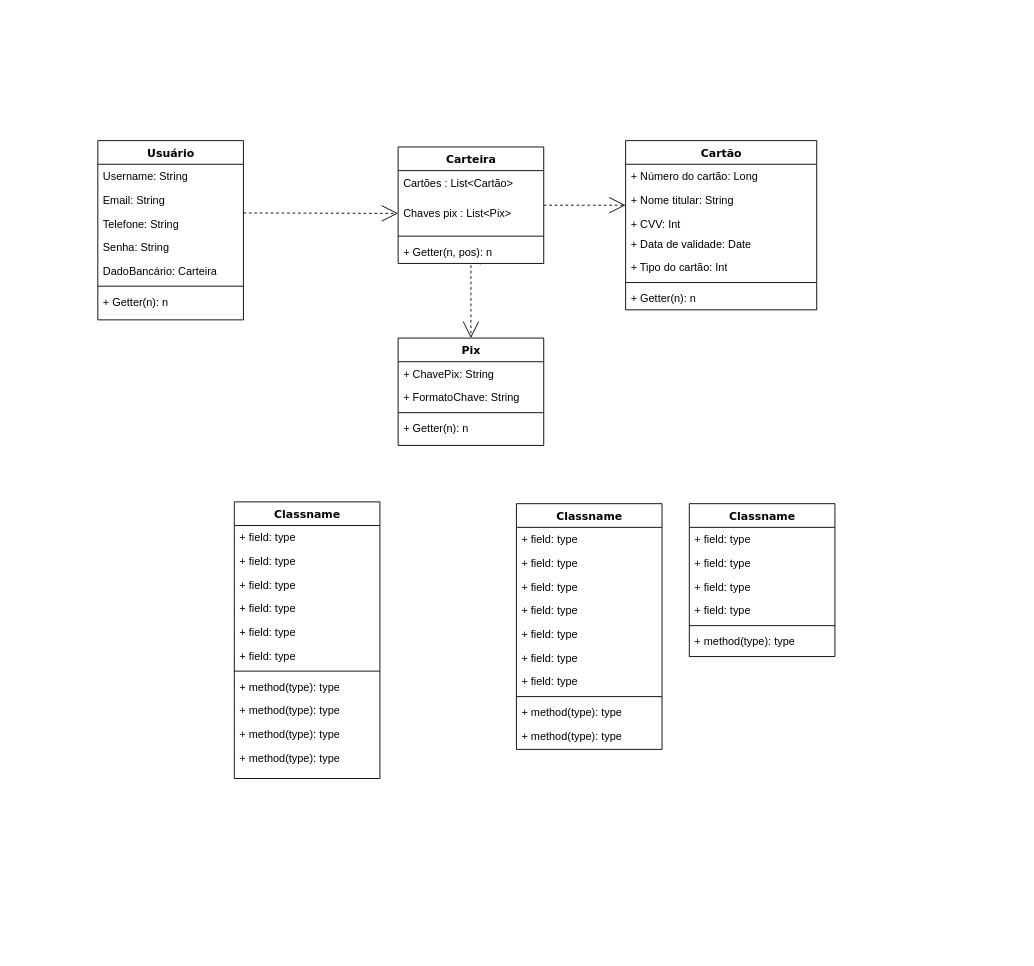
Above: Tickets System.drawio in gomesyurii/Evolucao-de-software (draw.io), before the change. Source tidied: cells renumbered, new cells numbered last; positions are measured from the earlier drawing's top-left corner, leaving out a move shared by most shapes. Both pictures are drawn from the tidied source at 91%, with x=0, y=0 at pixel (97, 140).
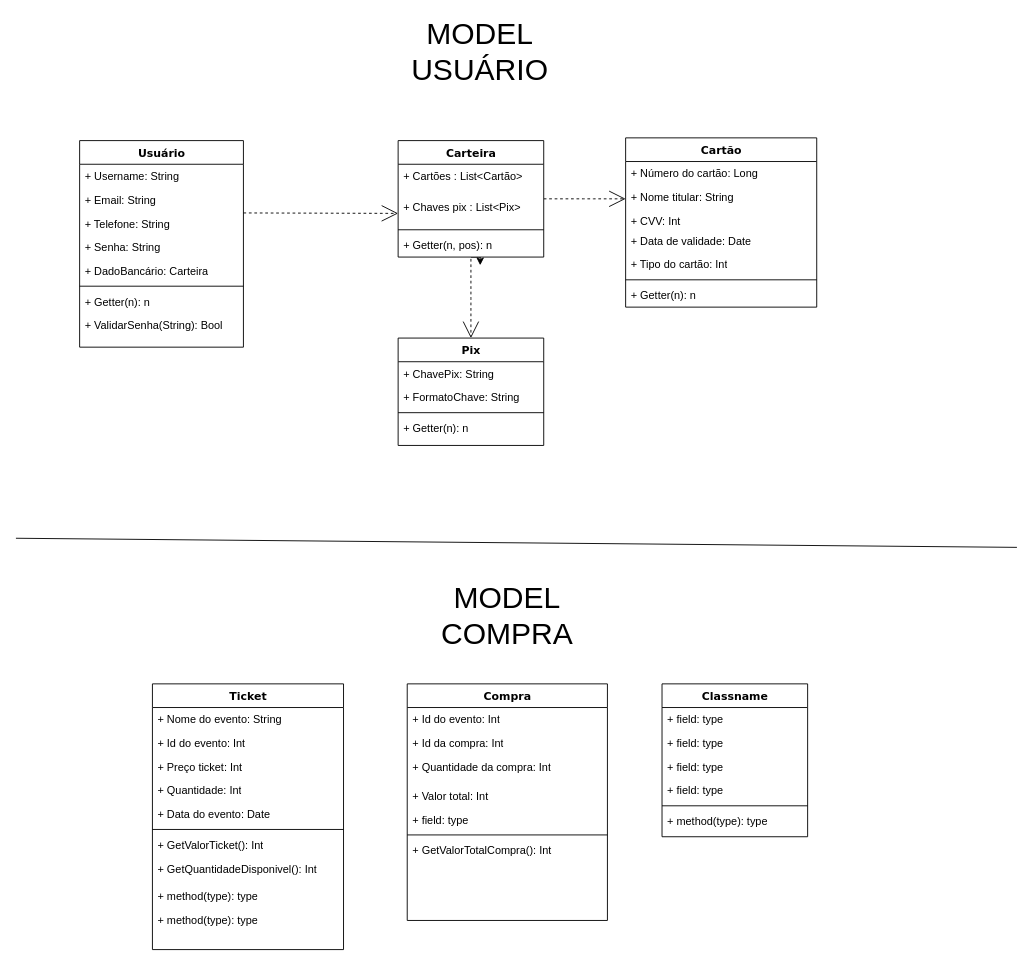
The same page after the edit.

The edit, as a diff of the source:
```diff
@@
     <mxCell id="2" value="Usuário" style="swimlane;html=1;fontStyle=1;align=center;verticalAlign=top;horizontal=1;startSize=26;swimlaneFillColor=#ffffff;rounded=0;shadow=0;comic=0;labelBackgroundColor=none;strokeWidth=1;fillColor=none;fontFamily=Verdana;fontSize=12;" parent="1" vertex="1">
-      <mxGeometry width="160" height="197" as="geometry" />
+      <mxGeometry x="-20" width="180" height="227" as="geometry" />
     </mxCell>
-    <mxCell id="3" value="Username: String" style="text;html=1;strokeColor=none;fillColor=none;align=left;verticalAlign=top;spacingLeft=4;spacingRight=4;whiteSpace=wrap;overflow=hidden;" parent="2" vertex="1">
-      <mxGeometry y="26" width="160" height="26" as="geometry" />
+    <mxCell id="3" value="+ Username: String" style="text;html=1;strokeColor=none;fillColor=none;align=left;verticalAlign=top;spacingLeft=4;spacingRight=4;whiteSpace=wrap;overflow=hidden;" parent="2" vertex="1">
+      <mxGeometry y="26" width="180" height="26" as="geometry" />
     </mxCell>
-    <mxCell id="4" value="Email: String" style="text;html=1;strokeColor=none;fillColor=none;align=left;verticalAlign=top;spacingLeft=4;spacingRight=4;whiteSpace=wrap;overflow=hidden;" parent="2" vertex="1">
-      <mxGeometry y="52" width="160" height="26" as="geometry" />
+    <mxCell id="4" value="+ Email: String" style="text;html=1;strokeColor=none;fillColor=none;align=left;verticalAlign=top;spacingLeft=4;spacingRight=4;whiteSpace=wrap;overflow=hidden;" parent="2" vertex="1">
+      <mxGeometry y="52" width="180" height="26" as="geometry" />
     </mxCell>
-    <mxCell id="5" value="Telefone: String" style="text;html=1;strokeColor=none;fillColor=none;align=left;verticalAlign=top;spacingLeft=4;spacingRight=4;whiteSpace=wrap;overflow=hidden;" parent="2" vertex="1">
-      <mxGeometry y="78" width="160" height="26" as="geometry" />
+    <mxCell id="5" value="+ Telefone: String" style="text;html=1;strokeColor=none;fillColor=none;align=left;verticalAlign=top;spacingLeft=4;spacingRight=4;whiteSpace=wrap;overflow=hidden;" parent="2" vertex="1">
+      <mxGeometry y="78" width="180" height="26" as="geometry" />
     </mxCell>
-    <mxCell id="6" value="Senha: String" style="text;html=1;strokeColor=none;fillColor=none;align=left;verticalAlign=top;spacingLeft=4;spacingRight=4;whiteSpace=wrap;overflow=hidden;" parent="2" vertex="1">
-      <mxGeometry y="104" width="160" height="26" as="geometry" />
+    <mxCell id="6" value="+ Senha: String" style="text;html=1;strokeColor=none;fillColor=none;align=left;verticalAlign=top;spacingLeft=4;spacingRight=4;whiteSpace=wrap;overflow=hidden;" parent="2" vertex="1">
+      <mxGeometry y="104" width="180" height="26" as="geometry" />
     </mxCell>
-    <mxCell id="7" value="DadoBancário: Carteira" style="text;html=1;strokeColor=none;fillColor=none;align=left;verticalAlign=top;spacingLeft=4;spacingRight=4;whiteSpace=wrap;overflow=hidden;" parent="2" vertex="1">
-      <mxGeometry y="130" width="160" height="26" as="geometry" />
+    <mxCell id="7" value="+ DadoBancário: Carteira" style="text;html=1;strokeColor=none;fillColor=none;align=left;verticalAlign=top;spacingLeft=4;spacingRight=4;whiteSpace=wrap;overflow=hidden;" parent="2" vertex="1">
+      <mxGeometry y="130" width="180" height="26" as="geometry" />
     </mxCell>
     <mxCell id="8" style="line;html=1;strokeWidth=1;fillColor=none;align=left;verticalAlign=middle;spacingTop=-1;spacingLeft=3;spacingRight=3;labelPosition=right;" parent="2" vertex="1">
-      <mxGeometry y="156" width="160" height="8" as="geometry" />
+      <mxGeometry y="156" width="180" height="8" as="geometry" />
     </mxCell>
     <mxCell id="9" value="+ Getter(n): n" style="text;html=1;strokeColor=none;fillColor=none;align=left;verticalAlign=top;spacingLeft=4;spacingRight=4;whiteSpace=wrap;overflow=hidden;" parent="2" vertex="1">
-      <mxGeometry y="164" width="160" height="26" as="geometry" />
+      <mxGeometry y="164" width="180" height="26" as="geometry" />
     </mxCell>
+    <mxCell id="62" value="+ ValidarSenha(String): Bool" style="text;html=1;strokeColor=none;fillColor=none;align=left;verticalAlign=top;spacingLeft=4;spacingRight=4;whiteSpace=wrap;overflow=hidden;" parent="2" vertex="1">
+      <mxGeometry y="190" width="180" height="26" as="geometry" />
+    </mxCell>
@@
     <mxCell id="12" value="Carteira" style="swimlane;html=1;fontStyle=1;align=center;verticalAlign=top;horizontal=1;startSize=26;swimlaneFillColor=#ffffff;rounded=0;shadow=0;comic=0;labelBackgroundColor=none;strokeWidth=1;fillColor=none;fontFamily=Verdana;fontSize=12;" parent="1" vertex="1">
-      <mxGeometry x="330" y="7" width="160" height="128" as="geometry" />
+      <mxGeometry x="330" width="160" height="128" as="geometry" />
     </mxCell>
-    <mxCell id="13" value="Cartões : List&amp;lt;Cartão&amp;gt;" style="text;html=1;strokeColor=none;fillColor=none;align=left;verticalAlign=top;spacingLeft=4;spacingRight=4;whiteSpace=wrap;overflow=hidden;" parent="12" vertex="1">
+    <mxCell id="13" value="+ Cartões : List&amp;lt;Cartão&amp;gt;" style="text;html=1;strokeColor=none;fillColor=none;align=left;verticalAlign=top;spacingLeft=4;spacingRight=4;whiteSpace=wrap;overflow=hidden;" parent="12" vertex="1">
       <mxGeometry y="26" width="160" height="34" as="geometry" />
     </mxCell>
-    <mxCell id="14" value="Chaves pix : List&amp;lt;Pix&amp;gt;" style="text;html=1;strokeColor=none;fillColor=none;align=left;verticalAlign=top;spacingLeft=4;spacingRight=4;whiteSpace=wrap;overflow=hidden;" parent="12" vertex="1">
+    <mxCell id="14" value="+ Chaves pix : List&amp;lt;Pix&amp;gt;" style="text;html=1;strokeColor=none;fillColor=none;align=left;verticalAlign=top;spacingLeft=4;spacingRight=4;whiteSpace=wrap;overflow=hidden;" parent="12" vertex="1">
       <mxGeometry y="60" width="160" height="34" as="geometry" />
     </mxCell>
@@
     <mxCell id="17" value="Cartão" style="swimlane;html=1;fontStyle=1;align=center;verticalAlign=top;horizontal=1;startSize=26;swimlaneFillColor=#ffffff;rounded=0;shadow=0;comic=0;labelBackgroundColor=none;strokeWidth=1;fillColor=none;fontFamily=Verdana;fontSize=12;" parent="1" vertex="1">
-      <mxGeometry x="580" width="210" height="186" as="geometry" />
+      <mxGeometry x="580" y="-3" width="210" height="186" as="geometry" />
     </mxCell>
@@
-    <mxCell id="25" value="Classname" style="swimlane;html=1;fontStyle=1;align=center;verticalAlign=top;horizontal=1;startSize=26;swimlaneFillColor=#ffffff;rounded=0;shadow=0;comic=0;labelBackgroundColor=none;strokeWidth=1;fillColor=none;fontFamily=Verdana;fontSize=12;" parent="1" vertex="1">
-      <mxGeometry x="150" y="397" width="160" height="304" as="geometry" />
+    <mxCell id="25" value="Ticket" style="swimlane;html=1;fontStyle=1;align=center;verticalAlign=top;horizontal=1;startSize=26;swimlaneFillColor=#ffffff;rounded=0;shadow=0;comic=0;labelBackgroundColor=none;strokeWidth=1;fillColor=none;fontFamily=Verdana;fontSize=12;" parent="1" vertex="1">
+      <mxGeometry x="60" y="597" width="210" height="292" as="geometry" />
     </mxCell>
-    <mxCell id="26" value="+ field: type" style="text;html=1;strokeColor=none;fillColor=none;align=left;verticalAlign=top;spacingLeft=4;spacingRight=4;whiteSpace=wrap;overflow=hidden;" parent="25" vertex="1">
-      <mxGeometry y="26" width="160" height="26" as="geometry" />
+    <mxCell id="26" value="+ Nome do evento: String" style="text;html=1;strokeColor=none;fillColor=none;align=left;verticalAlign=top;spacingLeft=4;spacingRight=4;whiteSpace=wrap;overflow=hidden;" parent="25" vertex="1">
+      <mxGeometry y="26" width="210" height="26" as="geometry" />
     </mxCell>
-    <mxCell id="27" value="+ field: type" style="text;html=1;strokeColor=none;fillColor=none;align=left;verticalAlign=top;spacingLeft=4;spacingRight=4;whiteSpace=wrap;overflow=hidden;" parent="25" vertex="1">
-      <mxGeometry y="52" width="160" height="26" as="geometry" />
+    <mxCell id="27" value="+ Id do evento: Int" style="text;html=1;strokeColor=none;fillColor=none;align=left;verticalAlign=top;spacingLeft=4;spacingRight=4;whiteSpace=wrap;overflow=hidden;" parent="25" vertex="1">
+      <mxGeometry y="52" width="210" height="26" as="geometry" />
     </mxCell>
-    <mxCell id="28" value="+ field: type" style="text;html=1;strokeColor=none;fillColor=none;align=left;verticalAlign=top;spacingLeft=4;spacingRight=4;whiteSpace=wrap;overflow=hidden;" parent="25" vertex="1">
-      <mxGeometry y="78" width="160" height="26" as="geometry" />
+    <mxCell id="28" value="+ Preço ticket: Int" style="text;html=1;strokeColor=none;fillColor=none;align=left;verticalAlign=top;spacingLeft=4;spacingRight=4;whiteSpace=wrap;overflow=hidden;" parent="25" vertex="1">
+      <mxGeometry y="78" width="210" height="26" as="geometry" />
     </mxCell>
-    <mxCell id="29" value="+ field: type" style="text;html=1;strokeColor=none;fillColor=none;align=left;verticalAlign=top;spacingLeft=4;spacingRight=4;whiteSpace=wrap;overflow=hidden;" parent="25" vertex="1">
-      <mxGeometry y="104" width="160" height="26" as="geometry" />
+    <mxCell id="29" value="+ Quantidade: Int" style="text;html=1;strokeColor=none;fillColor=none;align=left;verticalAlign=top;spacingLeft=4;spacingRight=4;whiteSpace=wrap;overflow=hidden;" parent="25" vertex="1">
+      <mxGeometry y="104" width="210" height="26" as="geometry" />
     </mxCell>
-    <mxCell id="30" value="+ field: type" style="text;html=1;strokeColor=none;fillColor=none;align=left;verticalAlign=top;spacingLeft=4;spacingRight=4;whiteSpace=wrap;overflow=hidden;" parent="25" vertex="1">
-      <mxGeometry y="130" width="160" height="26" as="geometry" />
+    <mxCell id="30" value="+ Data do evento: Date" style="text;html=1;strokeColor=none;fillColor=none;align=left;verticalAlign=top;spacingLeft=4;spacingRight=4;whiteSpace=wrap;overflow=hidden;" parent="25" vertex="1">
+      <mxGeometry y="130" width="210" height="26" as="geometry" />
     </mxCell>
-    <mxCell id="31" value="+ field: type" style="text;html=1;strokeColor=none;fillColor=none;align=left;verticalAlign=top;spacingLeft=4;spacingRight=4;whiteSpace=wrap;overflow=hidden;" parent="25" vertex="1">
-      <mxGeometry y="156" width="160" height="26" as="geometry" />
-    </mxCell>
     <mxCell id="32" style="line;html=1;strokeWidth=1;fillColor=none;align=left;verticalAlign=middle;spacingTop=-1;spacingLeft=3;spacingRight=3;labelPosition=right;" parent="25" vertex="1">
-      <mxGeometry y="182" width="160" height="8" as="geometry" />
+      <mxGeometry y="156" width="210" height="8" as="geometry" />
     </mxCell>
-    <mxCell id="33" value="+ method(type): type" style="text;html=1;strokeColor=none;fillColor=none;align=left;verticalAlign=top;spacingLeft=4;spacingRight=4;whiteSpace=wrap;overflow=hidden;" parent="25" vertex="1">
-      <mxGeometry y="190" width="160" height="26" as="geometry" />
+    <mxCell id="33" value="+ GetValorTicket(): Int" style="text;html=1;strokeColor=none;fillColor=none;align=left;verticalAlign=top;spacingLeft=4;spacingRight=4;whiteSpace=wrap;overflow=hidden;" parent="25" vertex="1">
+      <mxGeometry y="164" width="210" height="26" as="geometry" />
     </mxCell>
-    <mxCell id="34" value="+ method(type): type" style="text;html=1;strokeColor=none;fillColor=none;align=left;verticalAlign=top;spacingLeft=4;spacingRight=4;whiteSpace=wrap;overflow=hidden;" parent="25" vertex="1">
-      <mxGeometry y="216" width="160" height="26" as="geometry" />
+    <mxCell id="34" value="+ GetQuantidadeDisponivel(): Int" style="text;html=1;strokeColor=none;fillColor=none;align=left;verticalAlign=top;spacingLeft=4;spacingRight=4;whiteSpace=wrap;overflow=hidden;" parent="25" vertex="1">
+      <mxGeometry y="190" width="210" height="30" as="geometry" />
     </mxCell>
     <mxCell id="35" value="+ method(type): type" style="text;html=1;strokeColor=none;fillColor=none;align=left;verticalAlign=top;spacingLeft=4;spacingRight=4;whiteSpace=wrap;overflow=hidden;" parent="25" vertex="1">
-      <mxGeometry y="242" width="160" height="26" as="geometry" />
+      <mxGeometry y="220" width="210" height="26" as="geometry" />
     </mxCell>
     <mxCell id="36" value="+ method(type): type" style="text;html=1;strokeColor=none;fillColor=none;align=left;verticalAlign=top;spacingLeft=4;spacingRight=4;whiteSpace=wrap;overflow=hidden;" parent="25" vertex="1">
-      <mxGeometry y="268" width="160" height="26" as="geometry" />
+      <mxGeometry y="246" width="210" height="26" as="geometry" />
     </mxCell>
-    <mxCell id="37" value="Classname" style="swimlane;html=1;fontStyle=1;align=center;verticalAlign=top;horizontal=1;startSize=26;swimlaneFillColor=#ffffff;rounded=0;shadow=0;comic=0;labelBackgroundColor=none;strokeWidth=1;fillColor=none;fontFamily=Verdana;fontSize=12;" parent="1" vertex="1">
-      <mxGeometry x="460" y="399" width="160" height="270" as="geometry" />
+    <mxCell id="37" value="Compra" style="swimlane;html=1;fontStyle=1;align=center;verticalAlign=top;horizontal=1;startSize=26;swimlaneFillColor=#ffffff;rounded=0;shadow=0;comic=0;labelBackgroundColor=none;strokeWidth=1;fillColor=none;fontFamily=Verdana;fontSize=12;" parent="1" vertex="1">
+      <mxGeometry x="340" y="597" width="220" height="260" as="geometry" />
     </mxCell>
-    <mxCell id="38" value="+ field: type" style="text;html=1;strokeColor=none;fillColor=none;align=left;verticalAlign=top;spacingLeft=4;spacingRight=4;whiteSpace=wrap;overflow=hidden;" parent="37" vertex="1">
-      <mxGeometry y="26" width="160" height="26" as="geometry" />
+    <mxCell id="38" value="+ Id do evento: Int" style="text;html=1;strokeColor=none;fillColor=none;align=left;verticalAlign=top;spacingLeft=4;spacingRight=4;whiteSpace=wrap;overflow=hidden;" parent="37" vertex="1">
+      <mxGeometry y="26" width="220" height="26" as="geometry" />
     </mxCell>
-    <mxCell id="39" value="+ field: type" style="text;html=1;strokeColor=none;fillColor=none;align=left;verticalAlign=top;spacingLeft=4;spacingRight=4;whiteSpace=wrap;overflow=hidden;" parent="37" vertex="1">
-      <mxGeometry y="52" width="160" height="26" as="geometry" />
-    </mxCell>
-    <mxCell id="40" value="+ field: type" style="text;html=1;strokeColor=none;fillColor=none;align=left;verticalAlign=top;spacingLeft=4;spacingRight=4;whiteSpace=wrap;overflow=hidden;" parent="37" vertex="1">
-      <mxGeometry y="78" width="160" height="26" as="geometry" />
-    </mxCell>
-    <mxCell id="41" value="+ field: type" style="text;html=1;strokeColor=none;fillColor=none;align=left;verticalAlign=top;spacingLeft=4;spacingRight=4;whiteSpace=wrap;overflow=hidden;" parent="37" vertex="1">
-      <mxGeometry y="104" width="160" height="26" as="geometry" />
+    <mxCell id="41" value="+ Id da compra: Int" style="text;html=1;strokeColor=none;fillColor=none;align=left;verticalAlign=top;spacingLeft=4;spacingRight=4;whiteSpace=wrap;overflow=hidden;" parent="37" vertex="1">
+      <mxGeometry y="52" width="220" height="26" as="geometry" />
     </mxCell>
-    <mxCell id="42" value="+ field: type" style="text;html=1;strokeColor=none;fillColor=none;align=left;verticalAlign=top;spacingLeft=4;spacingRight=4;whiteSpace=wrap;overflow=hidden;" parent="37" vertex="1">
-      <mxGeometry y="130" width="160" height="26" as="geometry" />
+    <mxCell id="42" value="+ Quantidade da compra: Int" style="text;html=1;strokeColor=none;fillColor=none;align=left;verticalAlign=top;spacingLeft=4;spacingRight=4;whiteSpace=wrap;overflow=hidden;" parent="37" vertex="1">
+      <mxGeometry y="78" width="220" height="32" as="geometry" />
     </mxCell>
-    <mxCell id="43" value="+ field: type" style="text;html=1;strokeColor=none;fillColor=none;align=left;verticalAlign=top;spacingLeft=4;spacingRight=4;whiteSpace=wrap;overflow=hidden;" parent="37" vertex="1">
-      <mxGeometry y="156" width="160" height="26" as="geometry" />
+    <mxCell id="43" value="+ Valor total: Int" style="text;html=1;strokeColor=none;fillColor=none;align=left;verticalAlign=top;spacingLeft=4;spacingRight=4;whiteSpace=wrap;overflow=hidden;" parent="37" vertex="1">
+      <mxGeometry y="110" width="220" height="26" as="geometry" />
     </mxCell>
     <mxCell id="44" value="+ field: type" style="text;html=1;strokeColor=none;fillColor=none;align=left;verticalAlign=top;spacingLeft=4;spacingRight=4;whiteSpace=wrap;overflow=hidden;" parent="37" vertex="1">
-      <mxGeometry y="182" width="160" height="26" as="geometry" />
+      <mxGeometry y="136" width="220" height="26" as="geometry" />
     </mxCell>
     <mxCell id="45" style="line;html=1;strokeWidth=1;fillColor=none;align=left;verticalAlign=middle;spacingTop=-1;spacingLeft=3;spacingRight=3;labelPosition=right;" parent="37" vertex="1">
-      <mxGeometry y="208" width="160" height="8" as="geometry" />
+      <mxGeometry y="162" width="220" height="8" as="geometry" />
     </mxCell>
-    <mxCell id="46" value="+ method(type): type" style="text;html=1;strokeColor=none;fillColor=none;align=left;verticalAlign=top;spacingLeft=4;spacingRight=4;whiteSpace=wrap;overflow=hidden;" parent="37" vertex="1">
-      <mxGeometry y="216" width="160" height="26" as="geometry" />
+    <mxCell id="46" value="+ GetValorTotalCompra(): Int" style="text;html=1;strokeColor=none;fillColor=none;align=left;verticalAlign=top;spacingLeft=4;spacingRight=4;whiteSpace=wrap;overflow=hidden;" parent="37" vertex="1">
+      <mxGeometry y="170" width="220" height="40" as="geometry" />
     </mxCell>
-    <mxCell id="47" value="+ method(type): type" style="text;html=1;strokeColor=none;fillColor=none;align=left;verticalAlign=top;spacingLeft=4;spacingRight=4;whiteSpace=wrap;overflow=hidden;" parent="37" vertex="1">
-      <mxGeometry y="242" width="160" height="26" as="geometry" />
-    </mxCell>
     <mxCell id="48" value="Classname" style="swimlane;html=1;fontStyle=1;align=center;verticalAlign=top;horizontal=1;startSize=26;swimlaneFillColor=#ffffff;rounded=0;shadow=0;comic=0;labelBackgroundColor=none;strokeWidth=1;fillColor=none;fontFamily=Verdana;fontSize=12;" parent="1" vertex="1">
-      <mxGeometry x="650" y="399" width="160" height="168" as="geometry" />
+      <mxGeometry x="620" y="597" width="160" height="168" as="geometry" />
     </mxCell>
@@
+    <mxCell id="63" style="endArrow=none;html=1;rounded=0;" parent="1" edge="1">
+      <mxGeometry relative="1" as="geometry">
+        <mxPoint x="-90" y="437" as="sourcePoint" />
+        <mxPoint x="1010" y="447" as="targetPoint" />
+      </mxGeometry>
+    </mxCell>
+    <mxCell id="64" value="&lt;font style=&quot;font-size: 33px;&quot;&gt;MODEL USUÁRIO&lt;/font&gt;" style="text;html=1;align=center;verticalAlign=middle;whiteSpace=wrap;rounded=0;" parent="1" vertex="1">
+      <mxGeometry x="390" y="-113" width="60" height="30" as="geometry" />
+    </mxCell>
+    <mxCell id="65" value="&lt;font style=&quot;font-size: 33px;&quot;&gt;MODEL COMPRA&lt;/font&gt;" style="text;html=1;align=center;verticalAlign=middle;whiteSpace=wrap;rounded=0;" parent="1" vertex="1">
+      <mxGeometry x="420" y="507" width="60" height="30" as="geometry" />
+    </mxCell>
```
